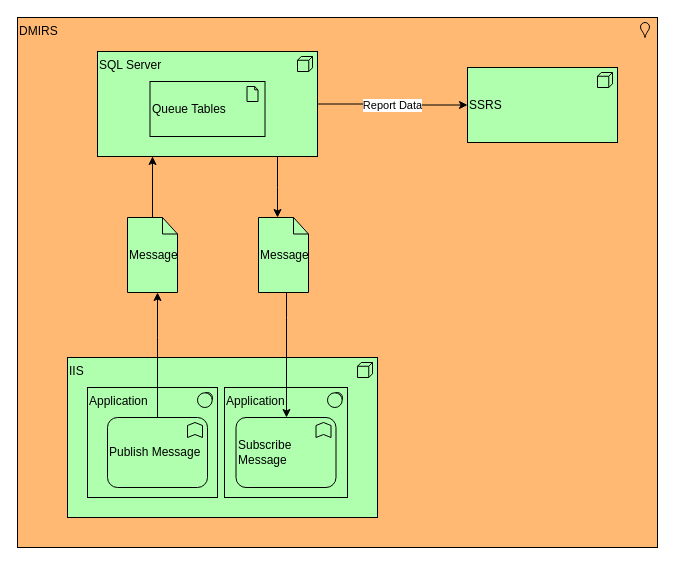
mrsmitty/drawio keeps this draw.io diagram as page "Current State" (2 of 4) of DMIRS.drawio. Above is the earlier version. Source tidied: cells renumbered, new cells numbered last; positions are measured from the earlier drawing's top-left corner, leaving out a move shared by most shapes. Both pictures are drawn from the tidied source at 100%, with x=0, y=0 at pixel (17, 17).
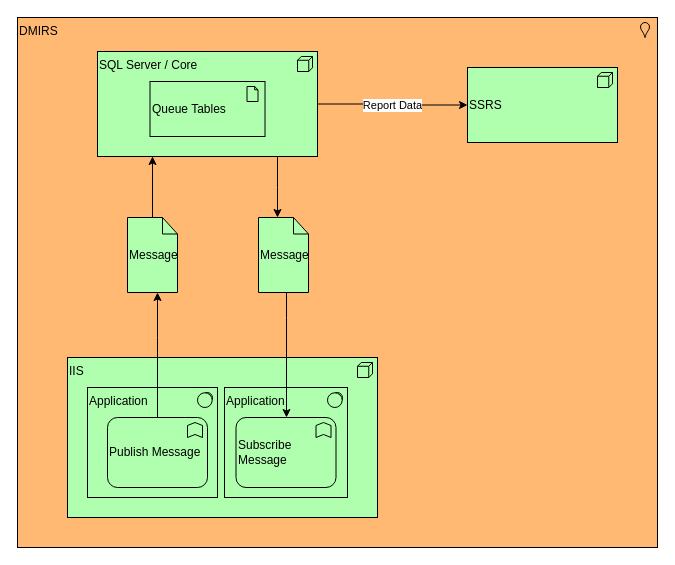
Above is the later version.

Change to the diagram source:
```diff
@@
-    <mxCell id="6" value="SQL Server" style="html=1;outlineConnect=0;whiteSpace=wrap;fillColor=#AFFFAF;shape=mxgraph.archimate3.application;appType=node;archiType=square;align=left;verticalAlign=top;" parent="1" vertex="1">
+    <mxCell id="6" value="SQL Server / Core" style="html=1;outlineConnect=0;whiteSpace=wrap;fillColor=#AFFFAF;shape=mxgraph.archimate3.application;appType=node;archiType=square;align=left;verticalAlign=top;" parent="1" vertex="1">
       <mxGeometry x="80" y="34" width="220" height="105" as="geometry" />
     </mxCell>
```
